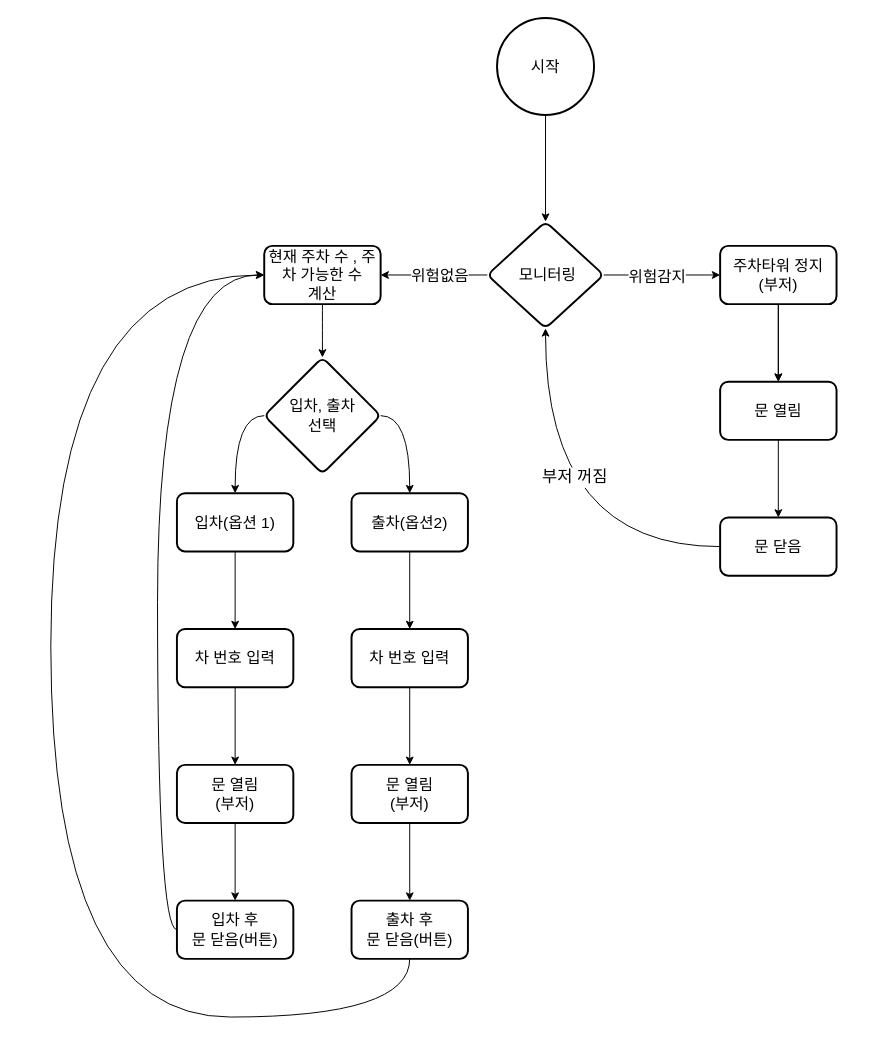
The draw.io diagram FlowChart/APS_FlowChart_v1.drawio in zhenzhu-kang/BibleAutoPark, before the edit. Source tidied: cells renumbered, new cells numbered last; positions are measured from the earlier drawing's top-left corner, leaving out a move shared by most shapes. Both pictures are drawn from the tidied source at 97%, with x=0, y=0 at pixel (50, 17).
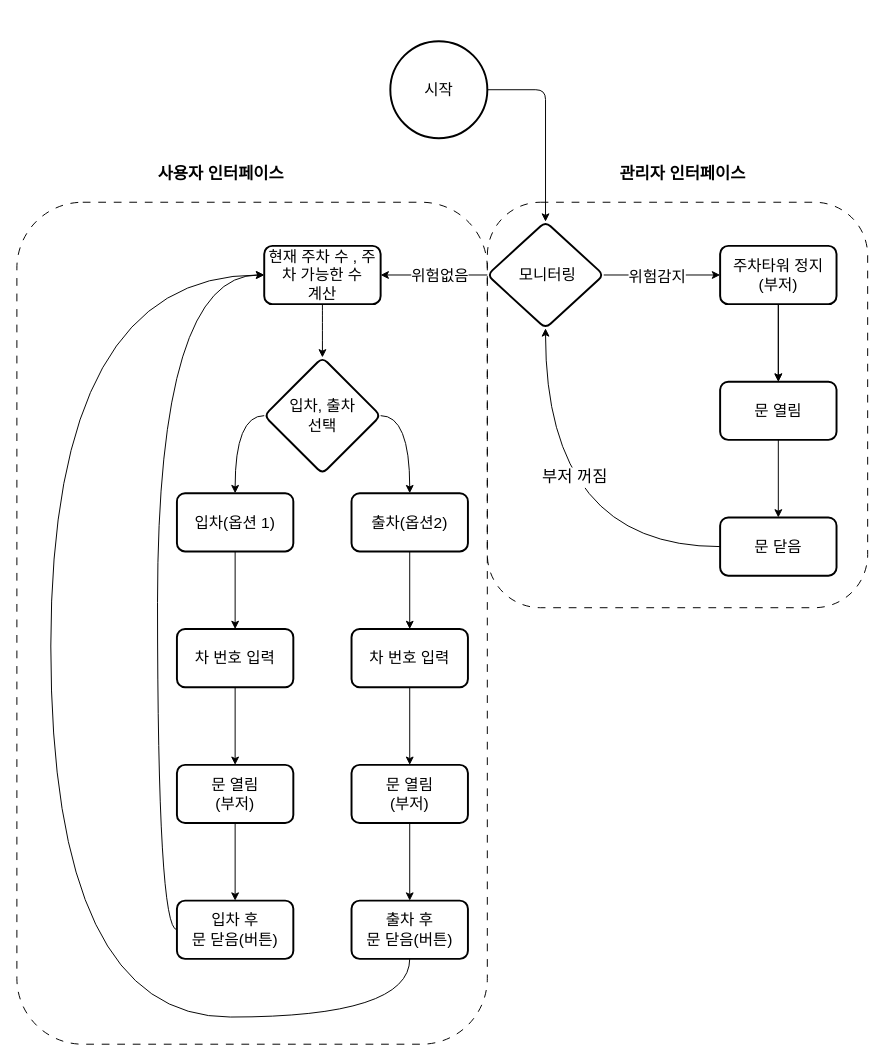
The same page after the edit.

Unchanged cells that the change refers to:
```xml
<mxCell id="26" value="&amp;nbsp;모니터링" style="rhombus;whiteSpace=wrap;html=1;rounded=1;arcSize=14;strokeWidth=2;fontSize=16;" parent="1" vertex="1">
  <mxGeometry x="449.9" y="210" width="120" height="110" as="geometry" />
</mxCell>
```

What changed in the source:
```diff
@@
-    <mxCell id="4" style="edgeStyle=orthogonalEdgeStyle;rounded=1;jettySize=auto;html=1;curved=0;fontSize=16;" parent="1" edge="1" source="5" target="26">
+    <mxCell id="4" style="edgeStyle=orthogonalEdgeStyle;rounded=1;jettySize=auto;html=1;curved=0;fontSize=16;exitX=1;exitY=0.5;exitDx=0;exitDy=0;exitPerimeter=0;" parent="1" edge="1" source="5" target="26">
       <mxGeometry relative="1" as="geometry" />
     </mxCell>
     <mxCell id="5" value="시작" style="strokeWidth=2;html=1;shape=mxgraph.flowchart.start_2;whiteSpace=wrap;fontSize=16;" parent="1" vertex="1">
-      <mxGeometry x="459.9" width="100" height="100" as="geometry" />
+      <mxGeometry x="349.9" y="24" width="100" height="100" as="geometry" />
     </mxCell>
@@
+    <mxCell id="38" style="whiteSpace=wrap;html=1;rounded=1;arcSize=14;strokeWidth=1;fontSize=16;fillColor=none;dashed=1;dashPattern=8 8;" parent="1" vertex="1">
+      <mxGeometry x="-35.1" y="190" width="485" height="868" as="geometry" />
+    </mxCell>
+    <mxCell id="39" style="whiteSpace=wrap;html=1;rounded=1;arcSize=14;strokeWidth=1;fontSize=16;fillColor=none;dashed=1;dashPattern=8 8;" parent="1" vertex="1">
+      <mxGeometry x="449.9" y="190" width="392.1" height="418" as="geometry" />
+    </mxCell>
+    <mxCell id="40" value="사용자 인터페이스" style="text;html=1;align=center;verticalAlign=middle;whiteSpace=wrap;rounded=0;strokeWidth=1;fontSize=17;fontStyle=1;" parent="1" vertex="1">
+      <mxGeometry x="94" y="147" width="163" height="30" as="geometry" />
+    </mxCell>
+    <mxCell id="41" value="관리자 인터페이스" style="text;html=1;align=center;verticalAlign=middle;whiteSpace=wrap;rounded=0;strokeWidth=1;fontSize=17;fontStyle=1;" parent="1" vertex="1">
+      <mxGeometry x="569.9" y="147" width="163" height="30" as="geometry" />
+    </mxCell>
```
